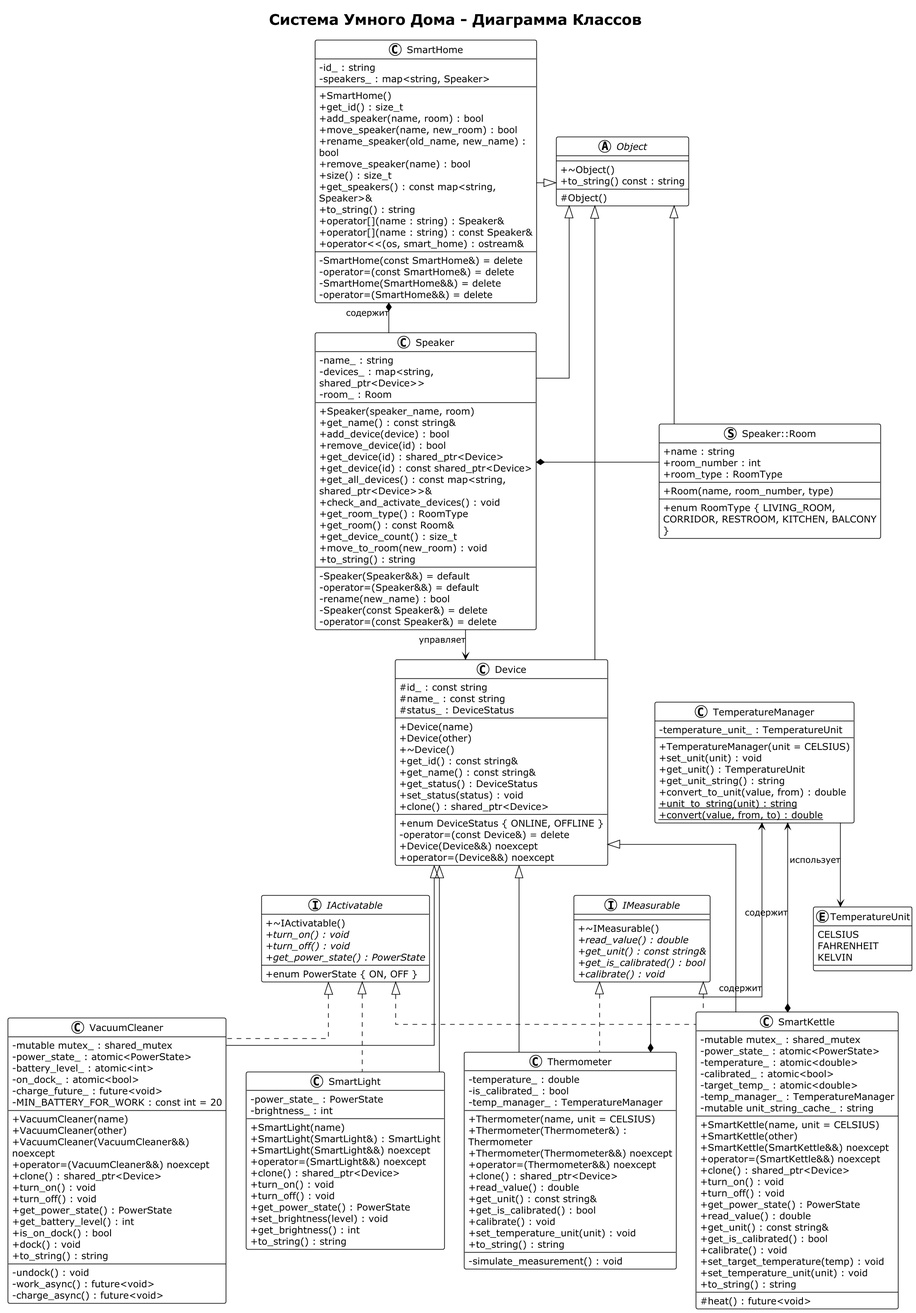
Earlier version of the PlantUML export docs/SmartHouse_ClassDiagram.png (abigotado/smart-house).
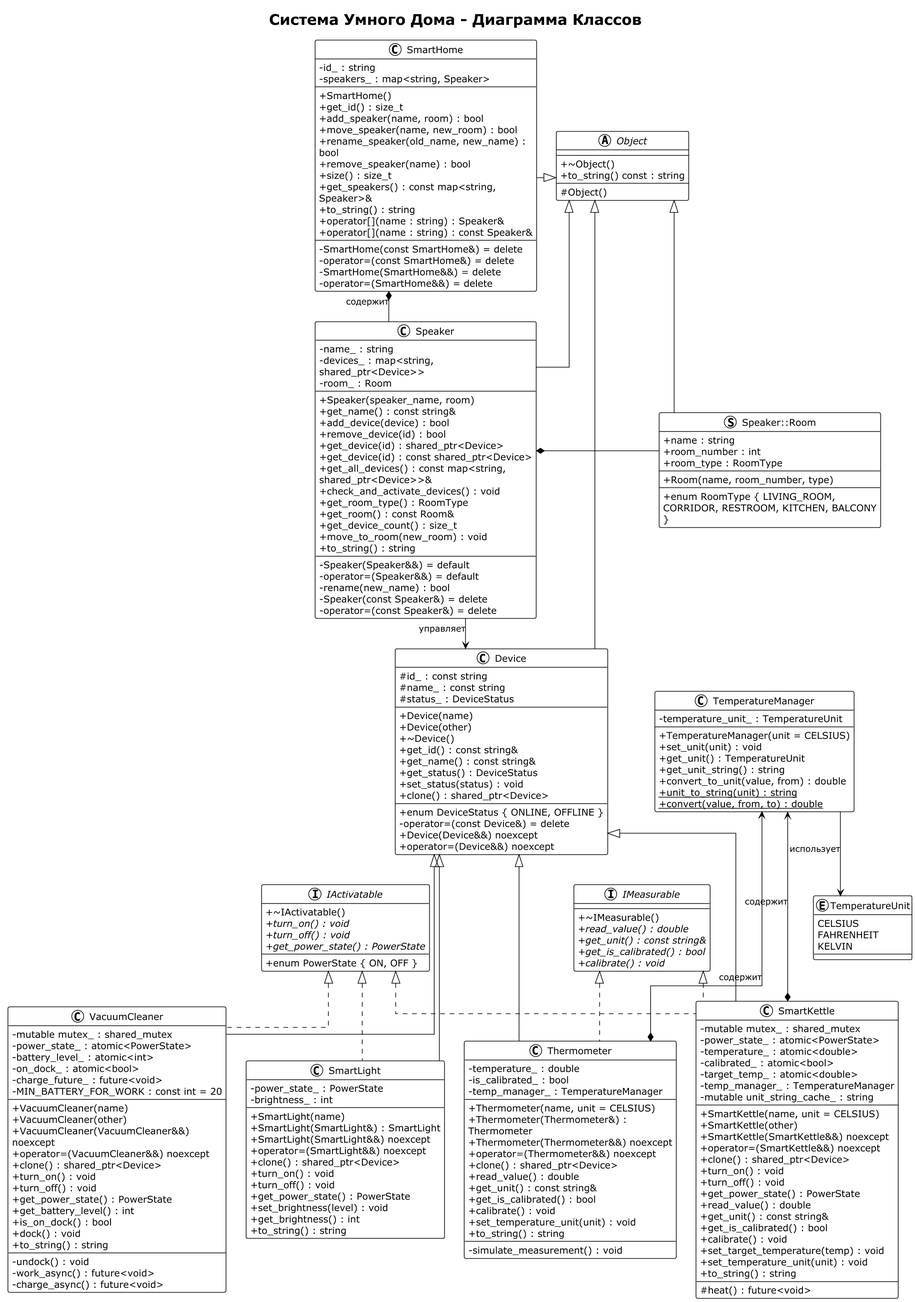
Above is the later version.

Commit message:
upd diagram

The edit, as a diff of the source:
```diff
@@ -29,7 +29,6 @@
     + to_string() : string
     + operator[](name : string) : Speaker&
     + operator[](name : string) : const Speaker&
-    + operator<<(os, smart_home) : ostream&
     --
     - SmartHome(const SmartHome&) = delete
     - operator=(const SmartHome&) = delete
```
